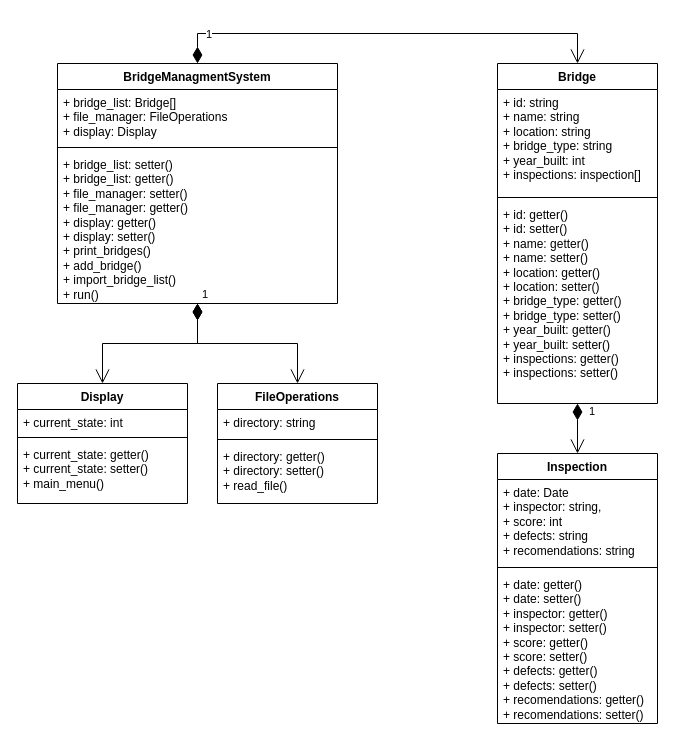
lewisglass/ProgrammingPrinciplesCoursework keeps this draw.io diagram as Untitled Diagram.drawio. Above is the earlier version. Source tidied: cells renumbered, new cells numbered last; positions are measured from the earlier drawing's top-left corner, leaving out a move shared by most shapes. Both pictures are drawn from the tidied source at 100%, with x=0, y=0 at pixel (17, 33).
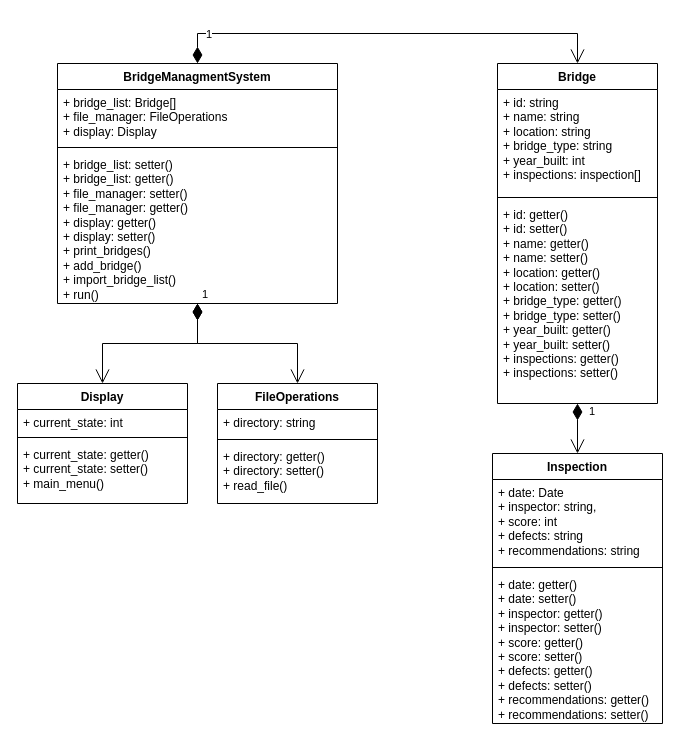
After the change.

Commit message (it also covers changes not shown here):
Fixed spelling mistake and accidental tuple assignment. Also added a date time to replace string for Inspection.

What changed in the source:
```diff
@@
     <mxCell id="10" value="Inspection" style="swimlane;fontStyle=1;align=center;verticalAlign=top;horizontal=1;startSize=26;whiteSpace=wrap;html=1;" parent="1" vertex="1">
-      <mxGeometry x="480" y="420" width="160" height="270" as="geometry" />
+      <mxGeometry x="475" y="420" width="170" height="270" as="geometry" />
     </mxCell>
-    <mxCell id="11" value="&lt;div&gt;+ date: Date&lt;/div&gt;&lt;div&gt;+ inspector: string,&lt;/div&gt;&lt;div&gt;+ score: int&lt;/div&gt;&lt;div&gt;+ defects: string&lt;/div&gt;&lt;div&gt;+ recomendations: string&lt;/div&gt;" style="text;strokeColor=none;fillColor=none;align=left;verticalAlign=top;spacingLeft=4;spacingRight=4;overflow=hidden;whiteSpace=wrap;html=1;" parent="10" vertex="1">
-      <mxGeometry y="26" width="160" height="84" as="geometry" />
+    <mxCell id="11" value="&lt;div&gt;+ date: Date&lt;/div&gt;&lt;div&gt;+ inspector: string,&lt;/div&gt;&lt;div&gt;+ score: int&lt;/div&gt;&lt;div&gt;+ defects: string&lt;/div&gt;&lt;div&gt;+ recommendations: string&lt;/div&gt;" style="text;strokeColor=none;fillColor=none;align=left;verticalAlign=top;spacingLeft=4;spacingRight=4;overflow=hidden;whiteSpace=wrap;html=1;" parent="10" vertex="1">
+      <mxGeometry y="26" width="170" height="84" as="geometry" />
     </mxCell>
     <mxCell id="12" style="line;strokeWidth=1;fillColor=none;align=left;verticalAlign=middle;spacingTop=-1;spacingLeft=3;spacingRight=3;labelPosition=right;strokeColor=inherit;" parent="10" vertex="1">
-      <mxGeometry y="110" width="160" height="8" as="geometry" />
+      <mxGeometry y="110" width="170" height="8" as="geometry" />
     </mxCell>
-    <mxCell id="13" value="&lt;div&gt;+ date: getter()&lt;/div&gt;&lt;div&gt;&lt;div&gt;+ date: setter()&lt;/div&gt;&lt;/div&gt;&lt;div&gt;+ inspector: getter()&lt;/div&gt;&lt;div&gt;&lt;div&gt;+ inspector: setter()&lt;/div&gt;&lt;/div&gt;&lt;div&gt;+ score: getter()&lt;/div&gt;&lt;div&gt;&lt;div&gt;+ score: setter()&lt;/div&gt;&lt;/div&gt;&lt;div&gt;+ defects: getter()&lt;/div&gt;&lt;div&gt;&lt;div&gt;+ defects: setter()&lt;/div&gt;&lt;/div&gt;&lt;div&gt;+ recomendations: getter()&lt;/div&gt;&lt;div&gt;+ recomendations: setter()&lt;/div&gt;" style="text;strokeColor=none;fillColor=none;align=left;verticalAlign=top;spacingLeft=4;spacingRight=4;overflow=hidden;whiteSpace=wrap;html=1;" parent="10" vertex="1">
-      <mxGeometry y="118" width="160" height="152" as="geometry" />
+    <mxCell id="13" value="&lt;div&gt;+ date: getter()&lt;/div&gt;&lt;div&gt;&lt;div&gt;+ date: setter()&lt;/div&gt;&lt;/div&gt;&lt;div&gt;+ inspector: getter()&lt;/div&gt;&lt;div&gt;&lt;div&gt;+ inspector: setter()&lt;/div&gt;&lt;/div&gt;&lt;div&gt;+ score: getter()&lt;/div&gt;&lt;div&gt;&lt;div&gt;+ score: setter()&lt;/div&gt;&lt;/div&gt;&lt;div&gt;+ defects: getter()&lt;/div&gt;&lt;div&gt;&lt;div&gt;+ defects: setter()&lt;/div&gt;&lt;/div&gt;&lt;div&gt;+ recommendations: getter()&lt;/div&gt;&lt;div&gt;+ recommendations: setter()&lt;/div&gt;" style="text;strokeColor=none;fillColor=none;align=left;verticalAlign=top;spacingLeft=4;spacingRight=4;overflow=hidden;whiteSpace=wrap;html=1;" parent="10" vertex="1">
+      <mxGeometry y="118" width="170" height="152" as="geometry" />
     </mxCell>
```
